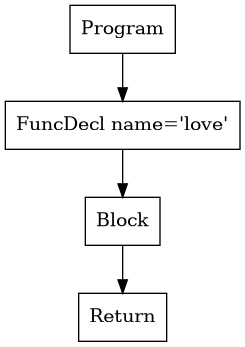
Earlier version of the Graphviz export p2-parser/tree.png (purejerome/cs432_project). Its source is kept beside it as p2-parser/tree.dot.
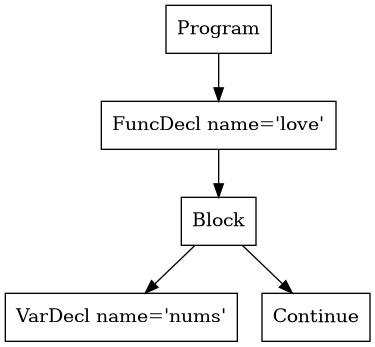
Later version of the same file.

Commit message:
added array vairables, continue, and break statement parsing

What changed in the source:
```diff
@@ -1,7 +1,9 @@
 digraph AST {
-3 [shape=box, label="Return"];
+3 [shape=box, label="VarDecl name='nums'"];
+4 [shape=box, label="Continue"];
 2 [shape=box, label="Block"];
 2 -> 3;
+2 -> 4;
 1 [shape=box, label="FuncDecl name='love'"];
 1 -> 2;
 0 [shape=box, label="Program"];
```
